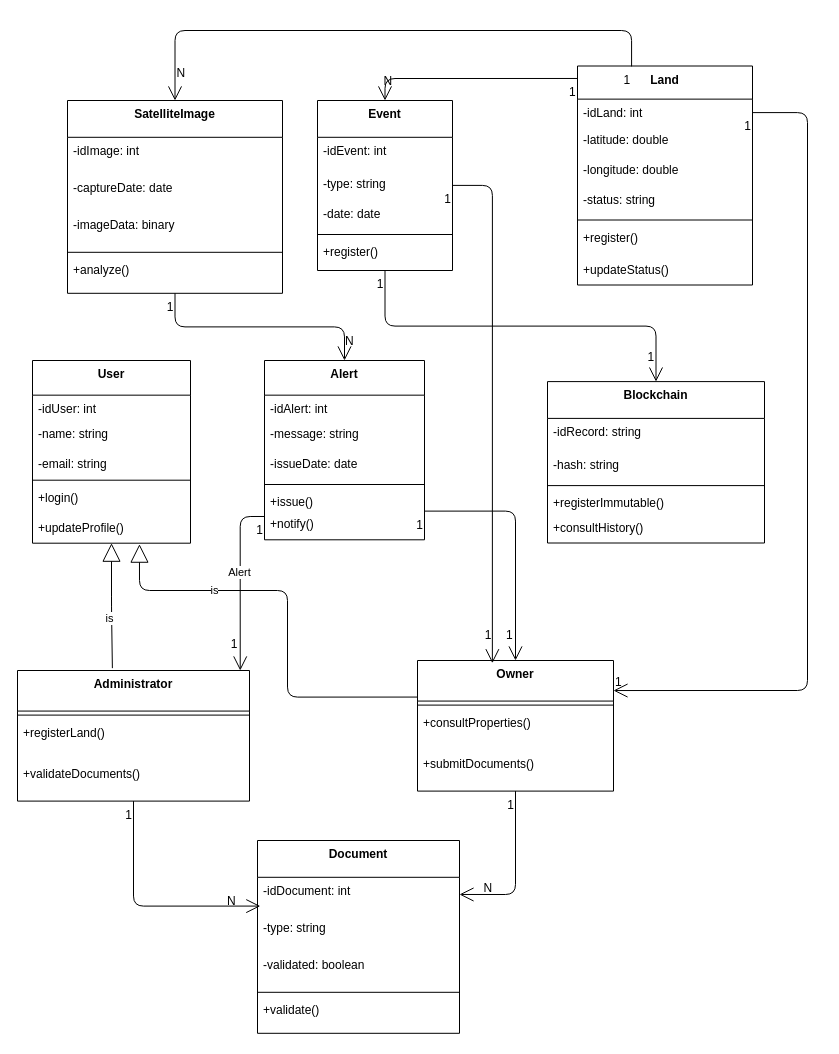
The draw.io diagram page "class-diagrama" (1 of 2) of class-diagram.drawio in PatentTerrenos/diagrams, before the edit. Source tidied: cells renumbered, new cells numbered last; positions are measured from the earlier drawing's top-left corner, leaving out a move shared by most shapes. Both pictures are drawn from the tidied source at 100%, with x=0, y=0 at pixel (17, 30).
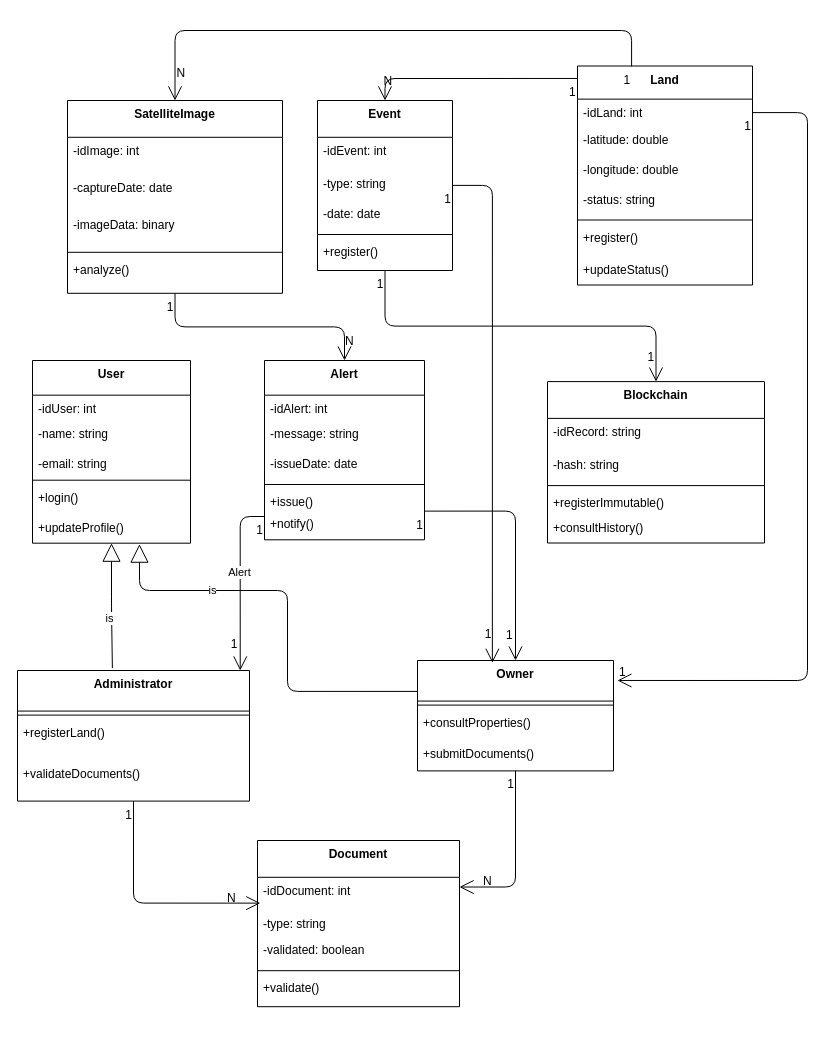
Above is the later version.

Unchanged cells that the change refers to:
```xml
<mxCell id="8" value="+updateProfile()" style="text;strokeColor=none;fillColor=none;align=left;verticalAlign=top;spacingLeft=4;spacingRight=4;overflow=hidden;points=[[0,0.5],[1,0.5]];portConstraint=eastwest;" parent="2" vertex="1">
  <mxGeometry y="153.7" width="158" height="29" as="geometry" />
</mxCell>
<mxCell id="18" value="-idLand: int" style="text;strokeColor=none;fillColor=none;align=left;verticalAlign=top;spacingLeft=4;spacingRight=4;overflow=hidden;points=[[0,0.5],[1,0.5]];portConstraint=eastwest;" parent="17" vertex="1">
  <mxGeometry y="33.1" width="175" height="27" as="geometry" />
</mxCell>
```

Change to the diagram source:
```diff
@@
     <mxCell id="9" value="Owner" style="swimlane;fontStyle=1;align=center;verticalAlign=top;horizontal=1;startSize=40.57142857142857;" parent="1" vertex="1">
-      <mxGeometry x="400" y="630" width="196" height="130.6" as="geometry" />
+      <mxGeometry x="400" y="630" width="196" height="110.4" as="geometry" />
     </mxCell>
@@
     <mxCell id="11" value="+consultProperties()" style="text;strokeColor=none;fillColor=none;align=left;verticalAlign=top;spacingLeft=4;spacingRight=4;overflow=hidden;" parent="9" vertex="1">
-      <mxGeometry y="48.6" width="196" height="41" as="geometry" />
+      <mxGeometry y="48.6" width="196" height="31.4" as="geometry" />
     </mxCell>
     <mxCell id="12" value="+submitDocuments()" style="text;strokeColor=none;fillColor=none;align=left;verticalAlign=top;spacingLeft=4;spacingRight=4;overflow=hidden;" parent="9" vertex="1">
-      <mxGeometry y="89.6" width="196" height="41" as="geometry" />
+      <mxGeometry y="80" width="196" height="30.4" as="geometry" />
     </mxCell>
@@
     <mxCell id="25" value="Document" style="swimlane;fontStyle=1;align=center;verticalAlign=top;horizontal=1;startSize=36.8;" parent="1" vertex="1">
-      <mxGeometry x="240" y="810" width="202" height="192.8" as="geometry" />
+      <mxGeometry x="240" y="810" width="202" height="166.2" as="geometry" />
     </mxCell>
     <mxCell id="26" value="-idDocument: int" style="text;strokeColor=none;fillColor=none;align=left;verticalAlign=top;spacingLeft=4;spacingRight=4;overflow=hidden;points=[[0,0.5],[1,0.5]];portConstraint=eastwest;" parent="25" vertex="1">
-      <mxGeometry y="36.8" width="202" height="37" as="geometry" />
+      <mxGeometry y="36.8" width="202" height="33.2" as="geometry" />
     </mxCell>
     <mxCell id="27" value="-type: string" style="text;strokeColor=none;fillColor=none;align=left;verticalAlign=top;spacingLeft=4;spacingRight=4;overflow=hidden;" parent="25" vertex="1">
-      <mxGeometry y="73.8" width="202" height="37" as="geometry" />
+      <mxGeometry y="70" width="202" height="26.2" as="geometry" />
     </mxCell>
     <mxCell id="28" value="-validated: boolean" style="text;strokeColor=none;fillColor=none;align=left;verticalAlign=top;spacingLeft=4;spacingRight=4;overflow=hidden;" parent="25" vertex="1">
-      <mxGeometry y="110.8" width="202" height="37" as="geometry" />
+      <mxGeometry y="96.2" width="202" height="30" as="geometry" />
     </mxCell>
     <mxCell id="29" style="line;strokeWidth=1;fillColor=none;align=left;verticalAlign=middle;spacingTop=-1;spacingLeft=3;spacingRight=3;labelPosition=right;strokeColor=inherit;" parent="25" vertex="1">
-      <mxGeometry y="147.8" width="202" height="8" as="geometry" />
+      <mxGeometry y="126.2" width="202" height="8" as="geometry" />
     </mxCell>
     <mxCell id="30" value="+validate()" style="text;strokeColor=none;fillColor=none;align=left;verticalAlign=top;spacingLeft=4;spacingRight=4;overflow=hidden;" parent="25" vertex="1">
-      <mxGeometry y="155.8" width="202" height="37" as="geometry" />
+      <mxGeometry y="134.2" width="202" height="32" as="geometry" />
     </mxCell>
@@
     <mxCell id="56" style="startArrow=block;startSize=16;startFill=0;endArrow=none;exitX=0.677;exitY=1.033;entryX=0;entryY=0.28;edgeStyle=orthogonalEdgeStyle;exitDx=0;exitDy=0;exitPerimeter=0;" parent="1" edge="1" source="8" target="9">
       <mxGeometry relative="1" as="geometry">
         <Array as="points">
           <mxPoint x="122" y="560" />
           <mxPoint x="270" y="560" />
-          <mxPoint x="270" y="667" />
+          <mxPoint x="270" y="661" />
         </Array>
       </mxGeometry>
     </mxCell>
@@
-    <mxCell id="60" style="startArrow=none;endArrow=open;endSize=12;exitX=1;exitY=0.5;entryX=1;entryY=0.23;edgeStyle=orthogonalEdgeStyle;exitDx=0;exitDy=0;elbow=vertical;" parent="1" edge="1" source="18" target="9">
+    <mxCell id="60" style="startArrow=none;endArrow=open;endSize=12;exitX=1;exitY=0.5;edgeStyle=orthogonalEdgeStyle;exitDx=0;exitDy=0;elbow=vertical;entryX=1.02;entryY=0.181;entryDx=0;entryDy=0;entryPerimeter=0;" parent="1" edge="1" source="18" target="9">
       <mxGeometry relative="1" as="geometry">
         <Array as="points">
           <mxPoint x="790" y="82" />
-          <mxPoint x="790" y="660" />
+          <mxPoint x="790" y="650" />
         </Array>
       </mxGeometry>
     </mxCell>
```
